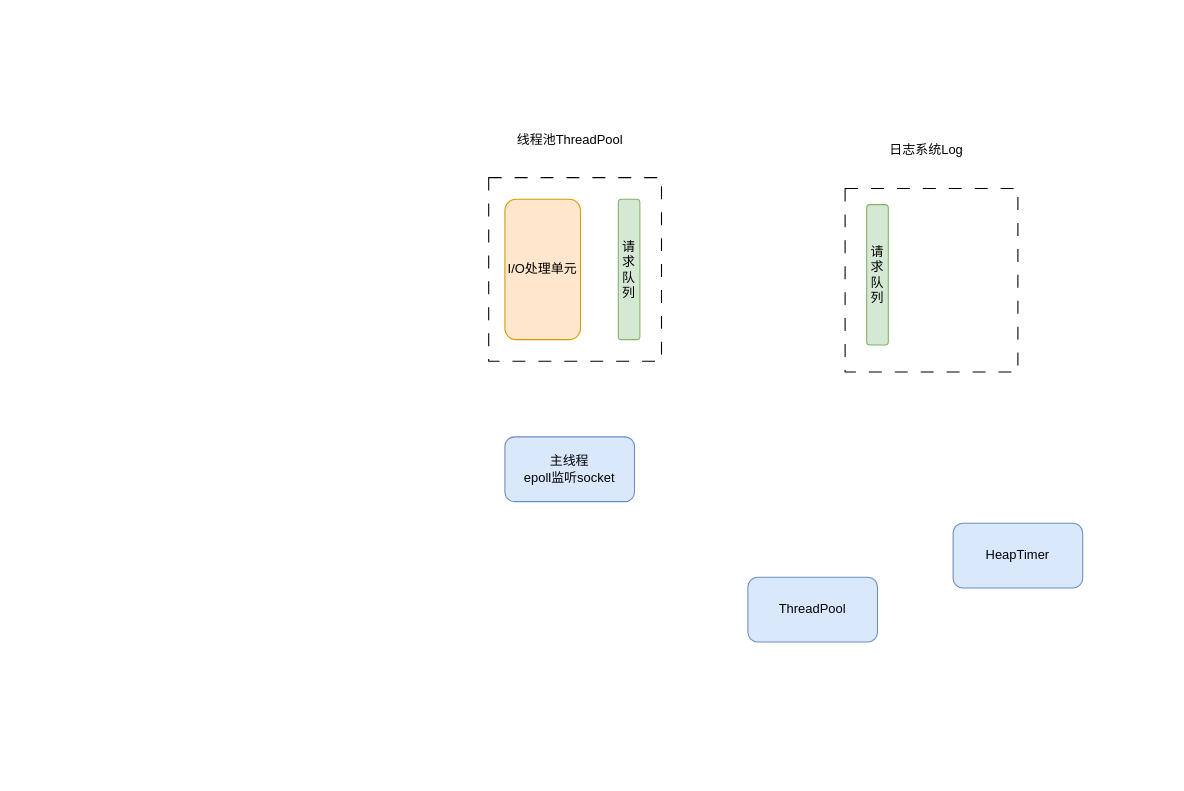
Earlier version of the draw.io diagram HTTP.drawio (Sahala08/HTTPServer). Source tidied: cells renumbered, new cells numbered last; positions are measured from the earlier drawing's top-left corner, leaving out a move shared by most shapes. Both pictures are drawn from the tidied source at 108%, with x=0, y=0 at pixel (488, 123).
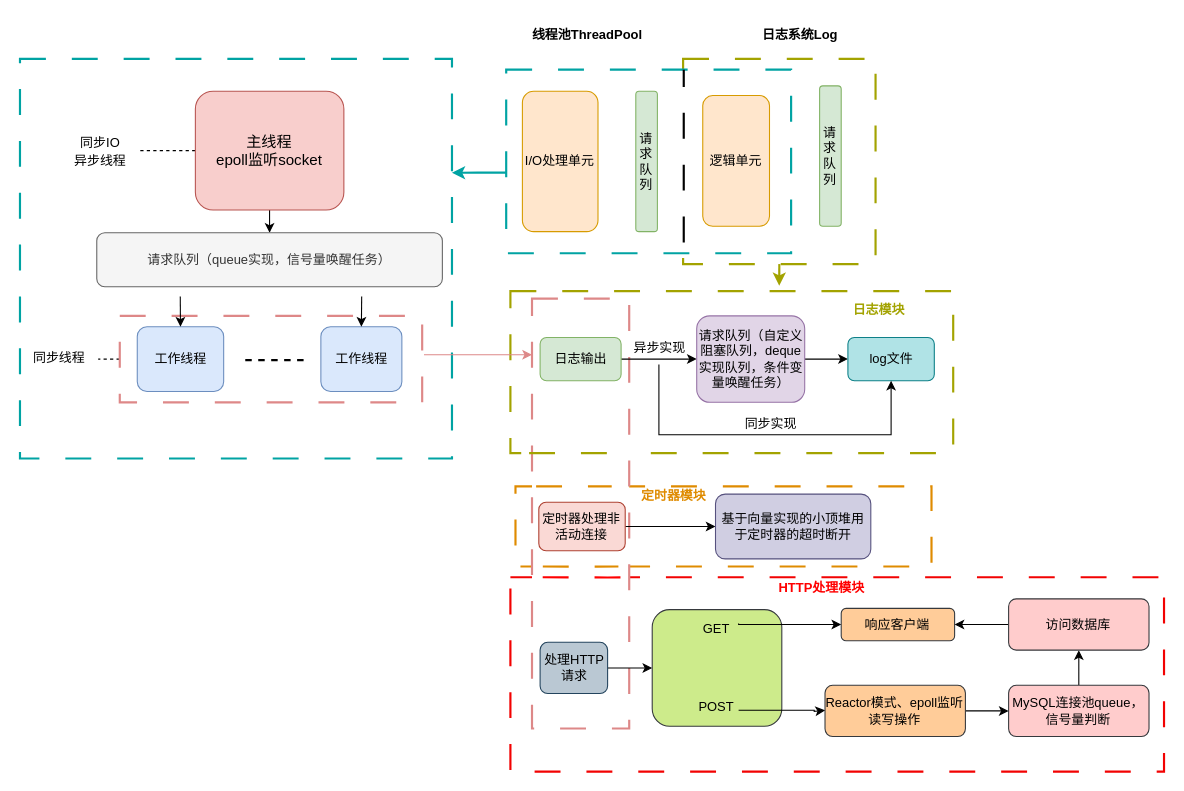
Above is the later version.

Diff of the diagram source:
```diff
@@
+    <mxCell id="12" style="rounded=0;whiteSpace=wrap;html=1;shadow=0;glass=0;comic=0;sketch=0;dashed=1;dashPattern=12 12;strokeWidth=2;strokeColor=#f20202;" parent="1" vertex="1">
+      <mxGeometry x="20.1" y="420" width="605.2" height="180" as="geometry" />
+    </mxCell>
+    <mxCell id="13" style="rounded=0;whiteSpace=wrap;html=1;shadow=0;glass=0;comic=0;sketch=0;dashed=1;dashPattern=12 12;strokeWidth=2;strokeColor=#df8b00;" parent="1" vertex="1">
+      <mxGeometry x="24.8" y="335.8" width="385.2" height="74.2" as="geometry" />
+    </mxCell>
+    <mxCell id="14" style="rounded=0;whiteSpace=wrap;html=1;shadow=0;glass=0;comic=0;sketch=0;dashed=1;dashPattern=12 12;strokeColor=#00a3a3;strokeWidth=2;" parent="1" vertex="1">
+      <mxGeometry x="-434" y="-60" width="400" height="370" as="geometry" />
+    </mxCell>
+    <mxCell id="15" style="rounded=0;whiteSpace=wrap;html=1;shadow=0;glass=0;comic=0;sketch=0;dashed=1;dashPattern=12 12;strokeWidth=2;strokeColor=#a3a300;" parent="1" vertex="1">
+      <mxGeometry x="20.1" y="155" width="410" height="150" as="geometry" />
+    </mxCell>
+    <mxCell id="16" style="rounded=0;whiteSpace=wrap;html=1;shadow=0;glass=0;comic=0;sketch=0;dashed=1;dashPattern=12 12;strokeWidth=2;strokeColor=#dd8888;" parent="1" vertex="1">
+      <mxGeometry x="40.1" y="162" width="90" height="398" as="geometry" />
+    </mxCell>
+    <mxCell id="17" style="edgeStyle=orthogonalEdgeStyle;rounded=0;jettySize=auto;html=1;entryX=0.5;entryY=0;entryDx=0;entryDy=0;fontSize=14;" parent="1" edge="1" source="2" target="21">
+      <mxGeometry relative="1" as="geometry" />
+    </mxCell>
+    <mxCell id="18" style="edgeStyle=orthogonalEdgeStyle;rounded=0;jettySize=auto;html=1;dashed=1;strokeWidth=1;fontSize=14;endArrow=none;endFill=0;" parent="1" edge="1" source="2" target="26">
+      <mxGeometry relative="1" as="geometry" />
+    </mxCell>
-    <mxCell id="2" value="主线程&lt;br&gt;epoll监听socket" style="rounded=1;whiteSpace=wrap;html=1;fillColor=#dae8fc;strokeColor=#6c8ebf;" parent="1" vertex="1">
-      <mxGeometry x="15" y="290" width="120" height="60" as="geometry" />
+    <mxCell id="2" value="&lt;font style=&quot;font-size: 14px;&quot;&gt;主线程&lt;br&gt;epoll监听socket&lt;/font&gt;" style="rounded=1;whiteSpace=wrap;html=1;fillColor=#f8cecc;strokeColor=#b85450;" parent="1" vertex="1">
+      <mxGeometry x="-271.6" y="-30" width="137.5" height="110" as="geometry" />
     </mxCell>
-    <mxCell id="3" value="HeapTimer" style="rounded=1;whiteSpace=wrap;html=1;fillColor=#dae8fc;strokeColor=#6c8ebf;" parent="1" vertex="1">
-      <mxGeometry x="430" y="370" width="120" height="60" as="geometry" />
-    </mxCell>
-    <mxCell id="4" value="ThreadPool" style="rounded=1;whiteSpace=wrap;html=1;fillColor=#dae8fc;strokeColor=#6c8ebf;" parent="1" vertex="1">
-      <mxGeometry x="240" y="420" width="120" height="60" as="geometry" />
-    </mxCell>
+    <mxCell id="19" style="edgeStyle=orthogonalEdgeStyle;rounded=0;jettySize=auto;html=1;exitX=0.5;exitY=1;exitDx=0;exitDy=0;dashed=1;dashPattern=12 12;strokeColor=#a3a300;strokeWidth=2;fontSize=12;endArrow=classic;endFill=1;" parent="1" edge="1" source="5">
+      <mxGeometry relative="1" as="geometry">
+        <mxPoint x="269" y="150" as="targetPoint" />
+      </mxGeometry>
+    </mxCell>
-    <mxCell id="5" style="rounded=0;whiteSpace=wrap;html=1;shadow=0;glass=0;comic=0;sketch=0;dashed=1;dashPattern=12 12;" parent="1" vertex="1">
-      <mxGeometry x="330" y="60" width="160" height="170" as="geometry" />
+    <mxCell id="5" style="rounded=0;whiteSpace=wrap;html=1;shadow=0;glass=0;comic=0;sketch=0;dashed=1;dashPattern=12 12;strokeWidth=2;strokeColor=#a3a300;" parent="1" vertex="1">
+      <mxGeometry x="180" y="-60" width="178.2" height="190" as="geometry" />
     </mxCell>
-    <mxCell id="6" value="日志系统Log" style="text;html=1;align=center;verticalAlign=middle;strokeColor=none;fillColor=none;" parent="1" vertex="1">
-      <mxGeometry x="360" y="10" width="90" height="30" as="geometry" />
+    <mxCell id="6" value="&lt;b&gt;日志系统Log&lt;/b&gt;" style="text;html=1;align=center;verticalAlign=middle;strokeColor=none;fillColor=none;" parent="1" vertex="1">
+      <mxGeometry x="242.6" y="-97" width="90" height="30" as="geometry" />
     </mxCell>
     <mxCell id="7" value="请求队列" style="rounded=1;whiteSpace=wrap;html=1;shadow=0;glass=0;comic=0;sketch=0;align=center;fillColor=#d5e8d4;strokeColor=#82b366;" parent="1" vertex="1">
-      <mxGeometry x="350" y="75" width="20" height="130" as="geometry" />
+      <mxGeometry x="306.4" y="-35" width="20" height="130" as="geometry" />
     </mxCell>
+    <mxCell id="20" style="edgeStyle=orthogonalEdgeStyle;rounded=0;jettySize=auto;html=1;entryX=1;entryY=0.285;entryDx=0;entryDy=0;entryPerimeter=0;strokeWidth=2;fontSize=12;endArrow=classic;endFill=1;strokeColor=#00a3a3;" parent="1" edge="1" source="8" target="14">
+      <mxGeometry relative="1" as="geometry">
+        <Array as="points">
+          <mxPoint x="-10" y="45" />
+        </Array>
+      </mxGeometry>
+    </mxCell>
-    <mxCell id="8" style="rounded=0;whiteSpace=wrap;html=1;shadow=0;glass=0;comic=0;sketch=0;dashed=1;dashPattern=12 12;" parent="1" vertex="1">
-      <mxGeometry y="50" width="160" height="170" as="geometry" />
+    <mxCell id="8" style="rounded=0;whiteSpace=wrap;html=1;shadow=0;glass=0;comic=0;sketch=0;dashed=1;dashPattern=12 12;strokeColor=#00a3a3;strokeWidth=2;" parent="1" vertex="1">
+      <mxGeometry x="16.2" y="-50" width="263.8" height="170" as="geometry" />
     </mxCell>
-    <mxCell id="9" value="线程池ThreadPool" style="text;html=1;align=center;verticalAlign=middle;strokeColor=none;fillColor=none;" parent="1" vertex="1">
-      <mxGeometry x="15" width="120" height="30" as="geometry" />
+    <mxCell id="9" value="&lt;b&gt;线程池ThreadPool&lt;/b&gt;" style="text;html=1;align=center;verticalAlign=middle;strokeColor=none;fillColor=none;" parent="1" vertex="1">
+      <mxGeometry x="26.2" y="-97" width="130" height="30" as="geometry" />
     </mxCell>
     <mxCell id="10" value="请求队列" style="rounded=1;whiteSpace=wrap;html=1;shadow=0;glass=0;comic=0;sketch=0;align=center;fillColor=#d5e8d4;strokeColor=#82b366;" parent="1" vertex="1">
-      <mxGeometry x="120" y="70" width="20" height="130" as="geometry" />
+      <mxGeometry x="136.2" y="-30" width="20" height="130" as="geometry" />
     </mxCell>
     <mxCell id="11" value="I/O处理单元" style="rounded=1;whiteSpace=wrap;html=1;shadow=0;glass=0;comic=0;sketch=0;align=center;fillColor=#ffe6cc;strokeColor=#d79b00;" parent="1" vertex="1">
-      <mxGeometry x="15" y="70" width="70" height="130" as="geometry" />
+      <mxGeometry x="31.2" y="-30" width="70" height="130" as="geometry" />
     </mxCell>
+    <mxCell id="21" value="请求队列（queue实现，信号量唤醒任务）" style="rounded=1;whiteSpace=wrap;html=1;fillColor=#f5f5f5;strokeColor=#666666;fontColor=#333333;" parent="1" vertex="1">
+      <mxGeometry x="-362.9" y="101" width="320" height="50" as="geometry" />
+    </mxCell>
+    <mxCell id="22" value="&lt;font style=&quot;font-size: 12px;&quot;&gt;同步线程&lt;/font&gt;" style="text;html=1;align=center;verticalAlign=middle;points=[];strokeColor=none;fillColor=none;fontSize=14;" parent="1" vertex="1">
+      <mxGeometry x="-432.9" y="201" width="70" height="30" as="geometry" />
+    </mxCell>
+    <mxCell id="23" style="edgeStyle=orthogonalEdgeStyle;rounded=0;jettySize=auto;html=1;entryX=1.021;entryY=0.539;entryDx=0;entryDy=0;entryPerimeter=0;dashed=1;strokeWidth=1;fontSize=14;endArrow=none;endFill=0;" parent="1" edge="1" source="24" target="22">
+      <mxGeometry relative="1" as="geometry" />
+    </mxCell>
+    <mxCell id="24" style="rounded=0;whiteSpace=wrap;html=1;shadow=0;glass=0;comic=0;sketch=0;dashed=1;dashPattern=12 12;strokeColor=#de8888;strokeWidth=2;" parent="1" vertex="1">
+      <mxGeometry x="-341.6" y="178" width="280" height="80" as="geometry" />
+    </mxCell>
+    <mxCell id="3" value="工作线程" style="rounded=1;whiteSpace=wrap;html=1;fillColor=#dae8fc;strokeColor=#6c8ebf;" parent="1" vertex="1">
+      <mxGeometry x="-155.4" y="188" width="75" height="60" as="geometry" />
+    </mxCell>
+    <mxCell id="25" style="edgeStyle=orthogonalEdgeStyle;rounded=0;orthogonalLoop=1;jettySize=auto;html=1;fontSize=14;dashed=1;strokeWidth=2;endArrow=none;endFill=0;" parent="1" edge="1">
+      <mxGeometry relative="1" as="geometry">
+        <mxPoint x="-225.4" y="219" as="sourcePoint" />
+        <mxPoint x="-165.4" y="219" as="targetPoint" />
+      </mxGeometry>
+    </mxCell>
+    <mxCell id="4" value="工作线程" style="rounded=1;whiteSpace=wrap;html=1;fillColor=#dae8fc;strokeColor=#6c8ebf;" parent="1" vertex="1">
+      <mxGeometry x="-325.4" y="188" width="80" height="60" as="geometry" />
+    </mxCell>
+    <mxCell id="26" value="&lt;font style=&quot;font-size: 12px;&quot;&gt;同步IO&lt;br&gt;异步线程&lt;/font&gt;" style="text;html=1;align=center;verticalAlign=middle;points=[];strokeColor=none;fillColor=none;fontSize=14;" parent="1" vertex="1">
+      <mxGeometry x="-395.4" width="70" height="50" as="geometry" />
+    </mxCell>
+    <mxCell id="27" style="edgeStyle=orthogonalEdgeStyle;rounded=0;jettySize=auto;html=1;entryX=0.5;entryY=0;entryDx=0;entryDy=0;strokeWidth=1;fontSize=12;endArrow=classic;endFill=1;" parent="1" edge="1" target="4">
+      <mxGeometry relative="1" as="geometry">
+        <mxPoint x="-285.6" y="160" as="sourcePoint" />
+        <Array as="points">
+          <mxPoint x="-285.6" y="160" />
+        </Array>
+      </mxGeometry>
+    </mxCell>
+    <mxCell id="28" style="edgeStyle=orthogonalEdgeStyle;rounded=0;jettySize=auto;html=1;entryX=0.5;entryY=0;entryDx=0;entryDy=0;strokeWidth=1;fontSize=12;endArrow=classic;endFill=1;" parent="1" edge="1" target="3">
+      <mxGeometry relative="1" as="geometry">
+        <mxPoint x="-117.6" y="160" as="sourcePoint" />
+        <Array as="points">
+          <mxPoint x="-117.6" y="160" />
+        </Array>
+      </mxGeometry>
+    </mxCell>
+    <mxCell id="29" style="edgeStyle=orthogonalEdgeStyle;rounded=0;jettySize=auto;html=1;entryX=0;entryY=0.5;entryDx=0;entryDy=0;strokeWidth=1;fontSize=12;endArrow=classic;endFill=1;" parent="1" edge="1" source="30" target="32">
+      <mxGeometry relative="1" as="geometry" />
+    </mxCell>
+    <mxCell id="30" value="日志输出" style="rounded=1;whiteSpace=wrap;html=1;fillColor=#d5e8d4;strokeColor=#82b366;" parent="1" vertex="1">
+      <mxGeometry x="47.6" y="198" width="75" height="40" as="geometry" />
+    </mxCell>
+    <mxCell id="31" style="edgeStyle=orthogonalEdgeStyle;rounded=0;jettySize=auto;html=1;strokeWidth=1;fontSize=12;endArrow=classic;endFill=1;" parent="1" edge="1" source="32" target="33">
+      <mxGeometry relative="1" as="geometry" />
+    </mxCell>
+    <mxCell id="32" value="请求队列（自定义阻塞队列，deque实现队列，条件变量唤醒任务）" style="rounded=1;whiteSpace=wrap;html=1;fillColor=#e1d5e7;strokeColor=#9673a6;" parent="1" vertex="1">
+      <mxGeometry x="192.6" y="178" width="100" height="80" as="geometry" />
+    </mxCell>
+    <mxCell id="33" value="log文件" style="rounded=1;whiteSpace=wrap;html=1;fillColor=#b0e3e6;strokeColor=#0e8088;" parent="1" vertex="1">
+      <mxGeometry x="332.6" y="198" width="80" height="40" as="geometry" />
+    </mxCell>
+    <mxCell id="34" style="edgeStyle=orthogonalEdgeStyle;rounded=0;jettySize=auto;html=1;strokeWidth=1;fontSize=12;endArrow=classic;endFill=1;entryX=0.5;entryY=1;entryDx=0;entryDy=0;" parent="1" edge="1" source="35" target="33">
+      <mxGeometry relative="1" as="geometry">
+        <Array as="points">
+          <mxPoint x="157.6" y="288" />
+          <mxPoint x="372.6" y="288" />
+        </Array>
+      </mxGeometry>
+    </mxCell>
+    <mxCell id="35" value="异步实现" style="text;html=1;align=center;verticalAlign=middle;points=[];strokeColor=none;fillColor=none;fontSize=12;" parent="1" vertex="1">
+      <mxGeometry x="122.6" y="193" width="70" height="30" as="geometry" />
+    </mxCell>
+    <mxCell id="36" value="同步实现" style="text;html=1;align=center;verticalAlign=middle;strokeColor=none;fillColor=none;fontSize=12;" parent="1" vertex="1">
+      <mxGeometry x="225.6" y="263" width="70" height="30" as="geometry" />
+    </mxCell>
+    <mxCell id="37" style="edgeStyle=orthogonalEdgeStyle;rounded=0;jettySize=auto;html=1;entryX=0;entryY=0.5;entryDx=0;entryDy=0;strokeWidth=1;fontSize=12;endArrow=classic;endFill=1;" parent="1" edge="1" source="38" target="39">
+      <mxGeometry relative="1" as="geometry" />
+    </mxCell>
+    <mxCell id="38" value="定时器处理非活动连接" style="rounded=1;whiteSpace=wrap;html=1;fillColor=#fad9d5;strokeColor=#ae4132;" parent="1" vertex="1">
+      <mxGeometry x="46.4" y="350.5" width="80" height="45" as="geometry" />
+    </mxCell>
+    <mxCell id="39" value="基于向量实现的小顶堆用于定时器的超时断开" style="rounded=1;whiteSpace=wrap;html=1;fillColor=#d0cee2;strokeColor=#56517e;" parent="1" vertex="1">
+      <mxGeometry x="210" y="343" width="143.8" height="60" as="geometry" />
+    </mxCell>
+    <mxCell id="40" style="edgeStyle=orthogonalEdgeStyle;rounded=0;jettySize=auto;html=1;entryX=0;entryY=0.5;entryDx=0;entryDy=0;strokeWidth=1;fontSize=12;endArrow=classic;endFill=1;" parent="1" edge="1" source="41" target="42">
+      <mxGeometry relative="1" as="geometry" />
+    </mxCell>
+    <mxCell id="41" value="处理HTTP请求" style="rounded=1;whiteSpace=wrap;html=1;fillColor=#bac8d3;strokeColor=#23445d;" parent="1" vertex="1">
+      <mxGeometry x="47.6" y="480.2" width="62.5" height="47.5" as="geometry" />
+    </mxCell>
+    <mxCell id="42" value="GET&lt;br&gt;&lt;br&gt;&lt;br&gt;&lt;br&gt;&lt;br&gt;POST" style="whiteSpace=wrap;html=1;fillColor=#cdeb8b;strokeColor=#36393d;rounded=1;fontSize=12;" parent="1" vertex="1">
+      <mxGeometry x="151.4" y="450" width="120" height="108" as="geometry" />
+    </mxCell>
+    <mxCell id="43" value="响应客户端" style="rounded=1;whiteSpace=wrap;html=1;fillColor=#ffcc99;strokeColor=#36393d;" parent="1" vertex="1">
+      <mxGeometry x="326.4" y="448.8" width="105" height="30" as="geometry" />
+    </mxCell>
+    <mxCell id="44" style="edgeStyle=orthogonalEdgeStyle;rounded=0;jettySize=auto;html=1;strokeWidth=1;fontSize=12;endArrow=classic;endFill=1;" parent="1" edge="1" source="45" target="47">
+      <mxGeometry relative="1" as="geometry" />
+    </mxCell>
+    <mxCell id="45" value="Reactor模式、epoll监听读写操作" style="rounded=1;whiteSpace=wrap;html=1;fillColor=#ffcc99;strokeColor=#36393d;" parent="1" vertex="1">
+      <mxGeometry x="311.4" y="520" width="130" height="47.5" as="geometry" />
+    </mxCell>
+    <mxCell id="46" style="edgeStyle=orthogonalEdgeStyle;rounded=0;jettySize=auto;html=1;strokeWidth=1;fontSize=12;endArrow=classic;endFill=1;" parent="1" edge="1" source="47" target="49">
+      <mxGeometry relative="1" as="geometry" />
+    </mxCell>
+    <mxCell id="47" value="MySQL连接池queue，信号量判断" style="rounded=1;whiteSpace=wrap;html=1;fillColor=#ffcccc;strokeColor=#36393d;fontSize=12;" parent="1" vertex="1">
+      <mxGeometry x="481.4" y="520" width="130" height="47.5" as="geometry" />
+    </mxCell>
+    <mxCell id="48" style="edgeStyle=orthogonalEdgeStyle;rounded=0;jettySize=auto;html=1;entryX=1;entryY=0.5;entryDx=0;entryDy=0;strokeWidth=1;fontSize=12;endArrow=classic;endFill=1;" parent="1" edge="1" source="49" target="43">
+      <mxGeometry relative="1" as="geometry" />
+    </mxCell>
+    <mxCell id="49" value="访问数据库" style="rounded=1;whiteSpace=wrap;html=1;fillColor=#ffcccc;strokeColor=#36393d;fontSize=12;" parent="1" vertex="1">
+      <mxGeometry x="481.4" y="440" width="130" height="47.5" as="geometry" />
+    </mxCell>
+    <mxCell id="50" style="edgeStyle=orthogonalEdgeStyle;rounded=0;jettySize=auto;html=1;strokeWidth=1;fontSize=12;endArrow=classic;endFill=1;entryX=0;entryY=0.5;entryDx=0;entryDy=0;" parent="1" edge="1" target="43">
+      <mxGeometry relative="1" as="geometry">
+        <mxPoint x="231.4" y="462.8" as="sourcePoint" />
+        <Array as="points">
+          <mxPoint x="231" y="464" />
+        </Array>
+      </mxGeometry>
+    </mxCell>
+    <mxCell id="51" style="edgeStyle=orthogonalEdgeStyle;rounded=0;orthogonalLoop=1;jettySize=auto;html=1;strokeWidth=1;fontSize=12;endArrow=classic;endFill=1;" parent="1" edge="1">
+      <mxGeometry relative="1" as="geometry">
+        <mxPoint x="231.4" y="543.2" as="sourcePoint" />
+        <mxPoint x="311.4" y="543.2" as="targetPoint" />
+        <Array as="points">
+          <mxPoint x="301.4" y="543.2" />
+          <mxPoint x="301.4" y="544.2" />
+        </Array>
+      </mxGeometry>
+    </mxCell>
+    <mxCell id="52" style="endArrow=none;dashed=1;html=1;rounded=0;strokeWidth=2;fontSize=12;dashPattern=12 12;strokeColor=#a3a300;" parent="1" edge="1">
+      <mxGeometry relative="1" as="geometry">
+        <mxPoint x="37.4" y="305" as="sourcePoint" />
+        <mxPoint x="127.4" y="305" as="targetPoint" />
+      </mxGeometry>
+    </mxCell>
+    <mxCell id="53" style="endArrow=classic;html=1;rounded=0;strokeWidth=1;fontSize=12;strokeColor=#dd8888;" parent="1" edge="1">
+      <mxGeometry relative="1" as="geometry">
+        <mxPoint x="-59.9" y="214" as="sourcePoint" />
+        <mxPoint x="40.1" y="214" as="targetPoint" />
+        <Array as="points">
+          <mxPoint x="0.1" y="214" />
+        </Array>
+      </mxGeometry>
+    </mxCell>
+    <mxCell id="54" style="endArrow=none;dashed=1;html=1;rounded=0;strokeColor=#000000;strokeWidth=2;fontSize=12;dashPattern=12 12;" parent="1" edge="1">
+      <mxGeometry relative="1" as="geometry">
+        <mxPoint x="180.6" y="110" as="sourcePoint" />
+        <mxPoint x="180.6" y="-50" as="targetPoint" />
+      </mxGeometry>
+    </mxCell>
+    <mxCell id="55" value="逻辑单元" style="rounded=1;whiteSpace=wrap;html=1;shadow=0;glass=0;comic=0;sketch=0;align=center;fillColor=#ffe6cc;strokeColor=#d79b00;" parent="1" vertex="1">
+      <mxGeometry x="198.2" y="-26" width="61.8" height="121" as="geometry" />
+    </mxCell>
+    <mxCell id="56" value="&lt;b&gt;&lt;font color=&quot;#a3a300&quot;&gt;日志模块&lt;/font&gt;&lt;/b&gt;" style="text;html=1;align=center;verticalAlign=middle;strokeColor=none;fillColor=none;fontSize=12;" parent="1" vertex="1">
+      <mxGeometry x="326.4" y="158" width="70" height="30" as="geometry" />
+    </mxCell>
+    <mxCell id="57" value="&lt;b&gt;&lt;font color=&quot;#df8b00&quot;&gt;定时器模块&lt;/font&gt;&lt;/b&gt;" style="text;html=1;align=center;verticalAlign=middle;strokeColor=none;fillColor=none;fontSize=12;" parent="1" vertex="1">
+      <mxGeometry x="131.2" y="330" width="80" height="30" as="geometry" />
+    </mxCell>
+    <mxCell id="58" value="&lt;b&gt;&lt;font color=&quot;#ff0000&quot;&gt;HTTP处理模块&lt;/font&gt;&lt;/b&gt;" style="text;html=1;align=center;verticalAlign=middle;strokeColor=none;fillColor=none;fontSize=12;" parent="1" vertex="1">
+      <mxGeometry x="258.2" y="414.8" width="100" height="30" as="geometry" />
+    </mxCell>
+    <mxCell id="59" style="endArrow=none;dashed=1;html=1;rounded=0;dashPattern=12 12;strokeColor=#df8b00;strokeWidth=2;fontSize=12;fontColor=#ff0000;" parent="1" edge="1">
+      <mxGeometry relative="1" as="geometry">
+        <mxPoint x="43.9" y="335.8" as="sourcePoint" />
+        <mxPoint x="113.9" y="335.8" as="targetPoint" />
+      </mxGeometry>
+    </mxCell>
+    <mxCell id="60" style="endArrow=none;dashed=1;html=1;rounded=0;dashPattern=12 12;strokeColor=#df8b00;strokeWidth=2;fontSize=12;fontColor=#ff0000;" parent="1" edge="1">
+      <mxGeometry relative="1" as="geometry">
+        <mxPoint x="50.1" y="410" as="sourcePoint" />
+        <mxPoint x="120.1" y="410" as="targetPoint" />
+        <Array as="points">
+          <mxPoint x="100.1" y="410.2" />
+        </Array>
+      </mxGeometry>
+    </mxCell>
+    <mxCell id="61" style="endArrow=none;dashed=1;html=1;rounded=0;dashPattern=12 12;strokeColor=#ff0000;strokeWidth=2;fontSize=12;fontColor=#ff0000;" parent="1" edge="1">
+      <mxGeometry relative="1" as="geometry">
+        <mxPoint x="50" y="420" as="sourcePoint" />
+        <mxPoint x="130.1" y="420" as="targetPoint" />
+        <Array as="points">
+          <mxPoint x="110.1" y="420.2" />
+        </Array>
+      </mxGeometry>
+    </mxCell>
```
